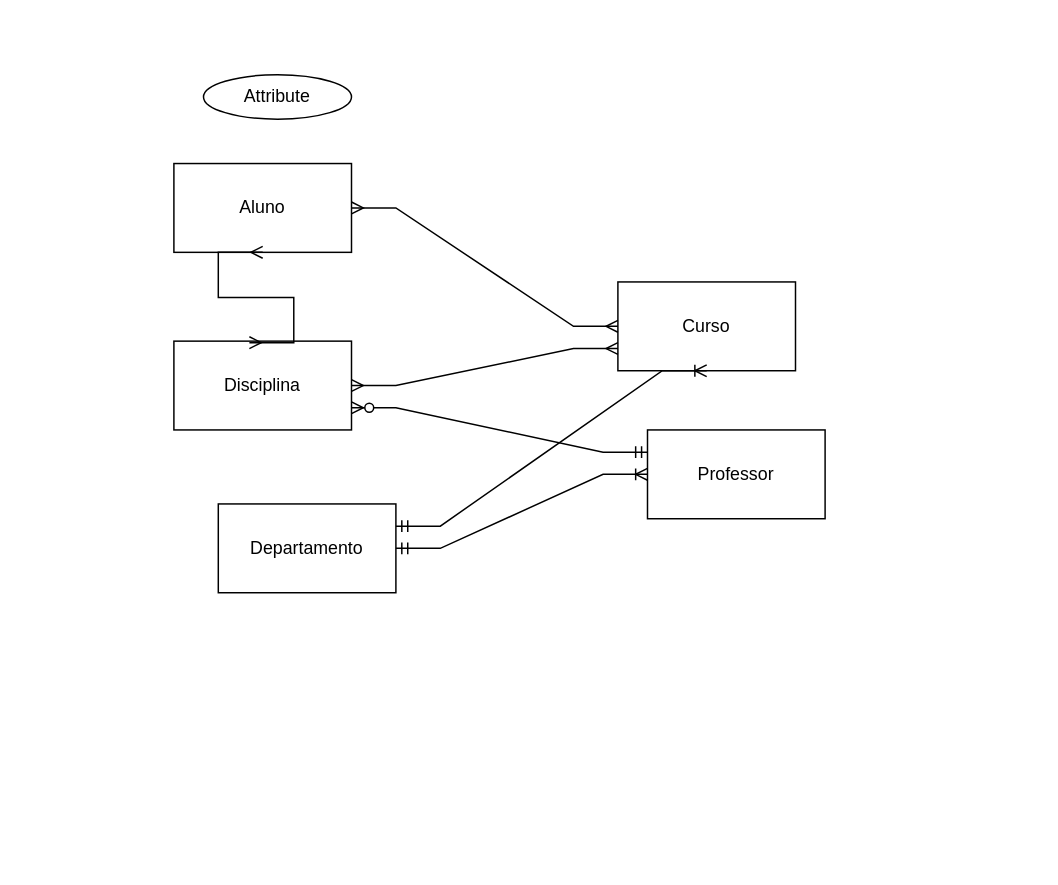
Earlier version of the draw.io diagram Diagramme sans nom.drawio (omarkill/Dio). Source tidied: cells renumbered, new cells numbered last; positions are measured from the earlier drawing's top-left corner, leaving out a move shared by most shapes. Both pictures are drawn from the tidied source at 148%, with x=0, y=0 at pixel (173, 74).
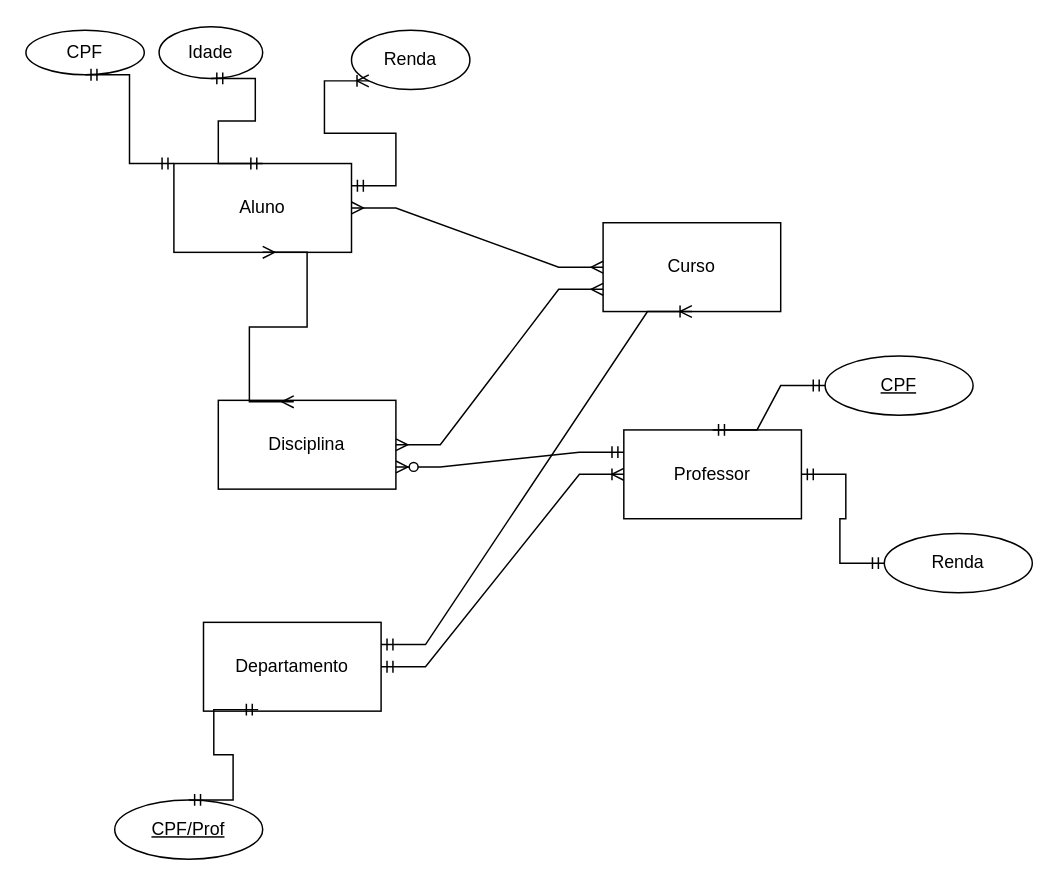
Above is the later version.

Commit message:
simple University

The change refers to these unchanged cells:
```xml
<mxCell id="2" value="Aluno" style="rounded=0;whiteSpace=wrap;html=1;" parent="1" vertex="1">
  <mxGeometry y="60" width="120" height="60" as="geometry" />
</mxCell>
```

What changed in the source:
```diff
@@
     <mxCell id="3" value="Disciplina" style="rounded=0;whiteSpace=wrap;html=1;" parent="1" vertex="1">
-      <mxGeometry y="180" width="120" height="60" as="geometry" />
+      <mxGeometry x="30" y="220" width="120" height="60" as="geometry" />
     </mxCell>
     <mxCell id="4" value="Curso" style="rounded=0;whiteSpace=wrap;html=1;" parent="1" vertex="1">
-      <mxGeometry x="300" y="140" width="120" height="60" as="geometry" />
+      <mxGeometry x="290" y="100" width="120" height="60" as="geometry" />
     </mxCell>
     <mxCell id="5" value="Professor" style="rounded=0;whiteSpace=wrap;html=1;" parent="1" vertex="1">
-      <mxGeometry x="320" y="240" width="120" height="60" as="geometry" />
+      <mxGeometry x="304" y="240" width="120" height="60" as="geometry" />
     </mxCell>
     <mxCell id="6" value="Departamento" style="rounded=0;whiteSpace=wrap;html=1;" parent="1" vertex="1">
-      <mxGeometry x="30" y="290" width="120" height="60" as="geometry" />
+      <mxGeometry x="20" y="370" width="120" height="60" as="geometry" />
     </mxCell>
@@
-    <mxCell id="9" value="Attribute" style="ellipse;whiteSpace=wrap;html=1;align=center;" parent="1" vertex="1">
-      <mxGeometry x="20" width="100" height="30" as="geometry" />
-    </mxCell>
@@
+    <mxCell id="14" value="CPF" style="ellipse;whiteSpace=wrap;html=1;align=center;" parent="1" vertex="1">
+      <mxGeometry x="-100" y="-30" width="80" height="30" as="geometry" />
+    </mxCell>
+    <mxCell id="15" value="Idade" style="ellipse;whiteSpace=wrap;html=1;align=center;" parent="1" vertex="1">
+      <mxGeometry x="-10" y="-32.5" width="70" height="35" as="geometry" />
+    </mxCell>
+    <mxCell id="16" style="edgeStyle=entityRelationEdgeStyle;fontSize=12;html=1;endArrow=ERmandOne;startArrow=ERmandOne;rounded=0;exitX=0;exitY=0;exitDx=0;exitDy=0;entryX=0.5;entryY=1;entryDx=0;entryDy=0;" parent="1" edge="1" source="2" target="14">
+      <mxGeometry relative="1" as="geometry" />
+    </mxCell>
+    <mxCell id="17" style="edgeStyle=entityRelationEdgeStyle;fontSize=12;html=1;endArrow=ERmandOne;startArrow=ERmandOne;rounded=0;exitX=0.5;exitY=0;exitDx=0;exitDy=0;entryX=0.5;entryY=1;entryDx=0;entryDy=0;" parent="1" edge="1" source="2" target="15">
+      <mxGeometry relative="1" as="geometry" />
+    </mxCell>
+    <mxCell id="18" style="edgeStyle=entityRelationEdgeStyle;fontSize=12;html=1;endArrow=ERmandOne;startArrow=ERmandOne;rounded=0;exitX=0.5;exitY=0;exitDx=0;exitDy=0;entryX=0;entryY=0.5;entryDx=0;entryDy=0;" parent="1" edge="1" source="5" target="19">
+      <mxGeometry relative="1" as="geometry" />
+    </mxCell>
+    <mxCell id="19" value="CPF" style="ellipse;whiteSpace=wrap;html=1;align=center;fontStyle=4;" parent="1" vertex="1">
+      <mxGeometry x="440" y="190" width="100" height="40" as="geometry" />
+    </mxCell>
+    <mxCell id="20" value="CPF/Prof" style="ellipse;whiteSpace=wrap;html=1;align=center;fontStyle=4;" parent="1" vertex="1">
+      <mxGeometry x="-40" y="490" width="100" height="40" as="geometry" />
+    </mxCell>
+    <mxCell id="21" style="edgeStyle=entityRelationEdgeStyle;fontSize=12;html=1;endArrow=ERmandOne;startArrow=ERmandOne;rounded=0;entryX=0.5;entryY=0;entryDx=0;entryDy=0;exitX=0.308;exitY=0.983;exitDx=0;exitDy=0;exitPerimeter=0;" parent="1" edge="1" source="6" target="20">
+      <mxGeometry relative="1" as="geometry" />
+    </mxCell>
+    <mxCell id="22" value="Renda" style="ellipse;whiteSpace=wrap;html=1;align=center;" parent="1" vertex="1">
+      <mxGeometry x="120" y="-30" width="80" height="40" as="geometry" />
+    </mxCell>
+    <mxCell id="23" style="edgeStyle=entityRelationEdgeStyle;fontSize=12;html=1;endArrow=ERoneToMany;startArrow=ERmandOne;rounded=0;exitX=1;exitY=0.25;exitDx=0;exitDy=0;entryX=0;entryY=1;entryDx=0;entryDy=0;" parent="1" edge="1" source="2" target="22">
+      <mxGeometry relative="1" as="geometry" />
+    </mxCell>
+    <mxCell id="24" value="Renda" style="ellipse;whiteSpace=wrap;html=1;align=center;" parent="1" vertex="1">
+      <mxGeometry x="480" y="310" width="100" height="40" as="geometry" />
+    </mxCell>
+    <mxCell id="25" style="edgeStyle=entityRelationEdgeStyle;fontSize=12;html=1;endArrow=ERmandOne;startArrow=ERmandOne;rounded=0;entryX=0;entryY=0.5;entryDx=0;entryDy=0;exitX=1;exitY=0.5;exitDx=0;exitDy=0;" parent="1" edge="1" source="5" target="24">
+      <mxGeometry relative="1" as="geometry" />
+    </mxCell>
```
